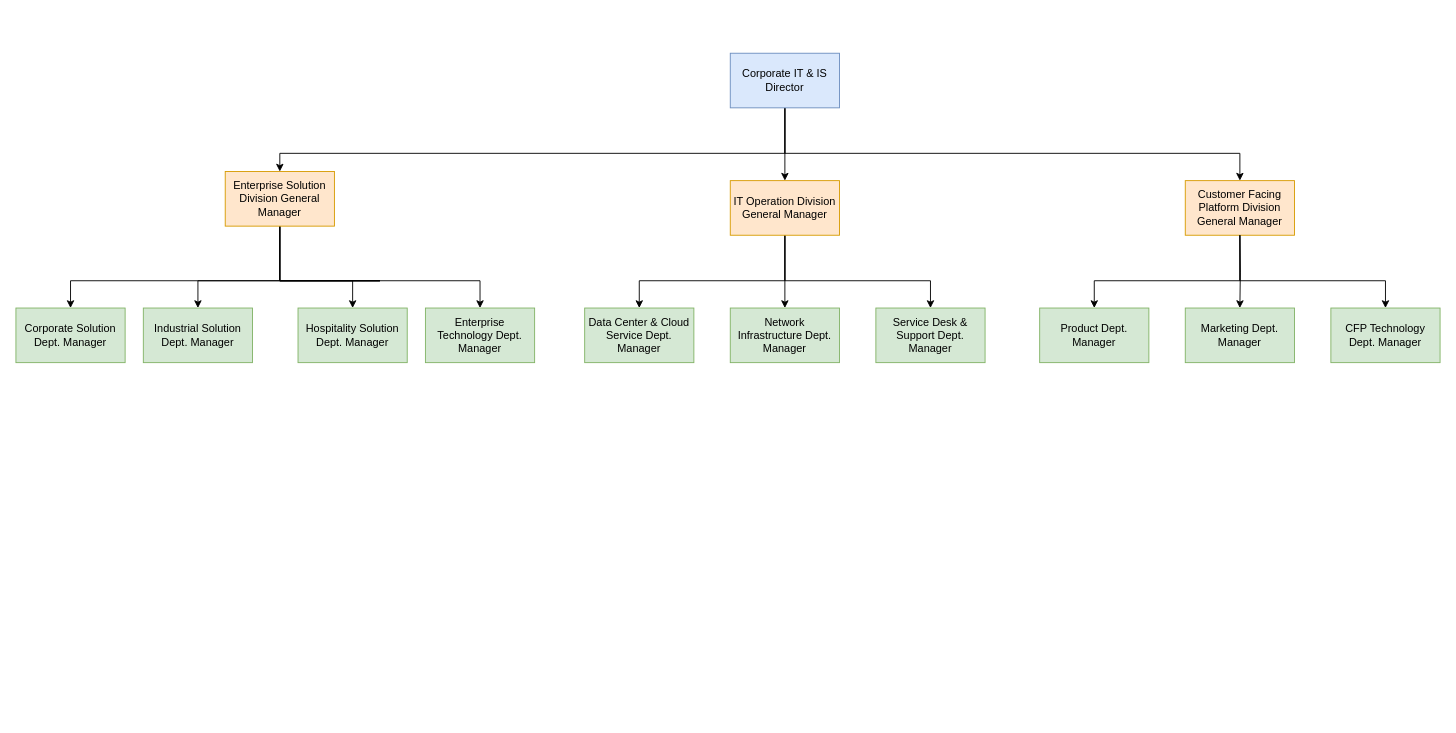
This is susunan organisasi CITIS.drawio from jezreelkosasih/diagram, a draw.io file, before an edit. Source tidied: cells renumbered, new cells numbered last; positions are measured from the earlier drawing's top-left corner, leaving out a move shared by most shapes. Both pictures are drawn from the tidied source at 91%, with x=0, y=0 at pixel (15, 53).
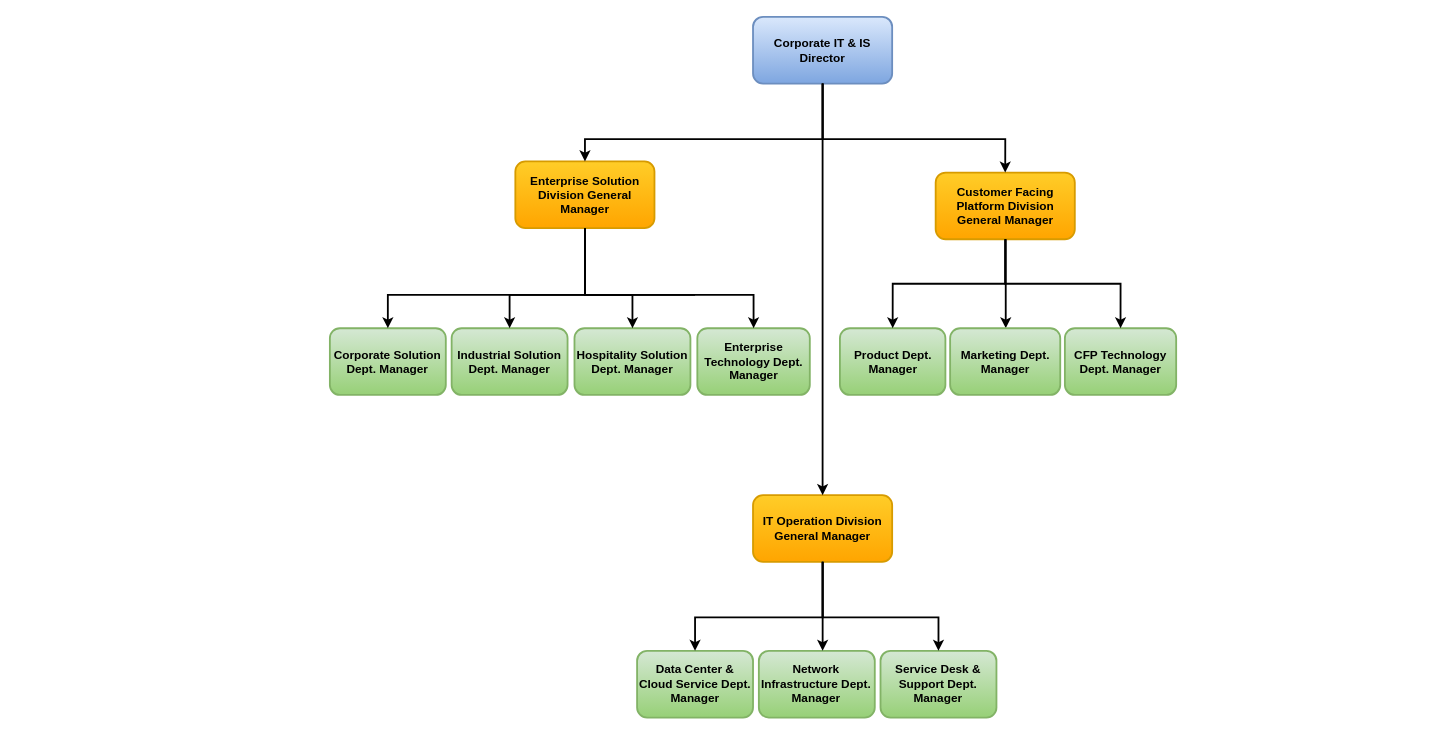
The same page after the edit.

Change to the diagram source:
```diff
@@
+    <mxCell id="29" style="group;" parent="1" vertex="1">
+      <mxGeometry x="345" y="-40" width="930" height="770" as="geometry" />
+    </mxCell>
+    <mxCell id="5" value="Corporate IT &amp;amp; IS Director" style="rounded=1;whiteSpace=wrap;html=1;fillColor=#dae8fc;strokeColor=#6c8ebf;shadow=0;strokeWidth=2;fontSize=13;labelBackgroundColor=none;fontStyle=1;gradientColor=#7ea6e0;" parent="29" vertex="1">
+      <mxGeometry x="465" width="152.9" height="73.3" as="geometry" />
+    </mxCell>
+    <mxCell id="9" value="IT Operation Division General Manager" style="rounded=1;whiteSpace=wrap;html=1;fillColor=#ffcd28;strokeColor=#d79b00;shadow=0;strokeWidth=2;fontSize=13;labelBackgroundColor=none;fontStyle=1;gradientColor=#ffa500;" parent="29" vertex="1">
+      <mxGeometry x="465" y="525.6" width="152.9" height="73.3" as="geometry" />
+    </mxCell>
-    <mxCell id="2" style="edgeStyle=orthogonalEdgeStyle;rounded=0;jettySize=auto;html=1;" parent="1" edge="1" source="5" target="9">
+    <mxCell id="2" style="edgeStyle=orthogonalEdgeStyle;rounded=0;jettySize=auto;html=1;shadow=0;strokeWidth=2;fontSize=13;labelBackgroundColor=none;fontStyle=1;" parent="29" edge="1" source="5" target="9">
       <mxGeometry relative="1" as="geometry" />
     </mxCell>
+    <mxCell id="14" value="Enterprise Solution Division General Manager" style="rounded=1;whiteSpace=wrap;html=1;fillColor=#ffcd28;strokeColor=#d79b00;shadow=0;strokeWidth=2;fontSize=13;labelBackgroundColor=none;fontStyle=1;gradientColor=#ffa500;" parent="29" vertex="1">
+      <mxGeometry x="203.8" y="158.9" width="152.9" height="73.3" as="geometry" />
+    </mxCell>
-    <mxCell id="3" style="edgeStyle=orthogonalEdgeStyle;rounded=0;jettySize=auto;html=1;" parent="1" edge="1" source="5" target="14">
+    <mxCell id="3" style="edgeStyle=orthogonalEdgeStyle;rounded=0;jettySize=auto;html=1;shadow=0;strokeWidth=2;fontSize=13;labelBackgroundColor=none;fontStyle=1;" parent="29" edge="1" source="5" target="14">
       <mxGeometry relative="1" as="geometry">
         <Array as="points">
-          <mxPoint x="845" y="110" />
-          <mxPoint x="290" y="110" />
+          <mxPoint x="541.4" y="134.4" />
+          <mxPoint x="280.3" y="134.4" />
         </Array>
       </mxGeometry>
     </mxCell>
+    <mxCell id="15" value="Customer Facing Platform Division General Manager" style="rounded=1;whiteSpace=wrap;html=1;fillColor=#ffcd28;strokeColor=#d79b00;shadow=0;strokeWidth=2;fontSize=13;labelBackgroundColor=none;fontStyle=1;gradientColor=#ffa500;" parent="29" vertex="1">
+      <mxGeometry x="665.7" y="171.1" width="152.9" height="73.3" as="geometry" />
+    </mxCell>
-    <mxCell id="4" style="edgeStyle=orthogonalEdgeStyle;rounded=0;jettySize=auto;html=1;entryX=0.5;entryY=0;entryDx=0;entryDy=0;" parent="1" edge="1" source="5" target="15">
+    <mxCell id="4" style="edgeStyle=orthogonalEdgeStyle;rounded=0;jettySize=auto;html=1;entryX=0.5;entryY=0;entryDx=0;entryDy=0;shadow=0;strokeWidth=2;fontSize=13;labelBackgroundColor=none;fontStyle=1;" parent="29" edge="1" source="5" target="15">
       <mxGeometry relative="1" as="geometry">
         <Array as="points">
-          <mxPoint x="845" y="110" />
-          <mxPoint x="1345" y="110" />
+          <mxPoint x="541.4" y="134.4" />
+          <mxPoint x="742.7" y="134.4" />
         </Array>
       </mxGeometry>
     </mxCell>
-    <mxCell id="5" value="Corporate IT &amp;amp; IS Director" style="rounded=0;whiteSpace=wrap;html=1;fillColor=#dae8fc;strokeColor=#6c8ebf;" parent="1" vertex="1">
-      <mxGeometry x="785" width="120" height="60" as="geometry" />
-    </mxCell>
-    <mxCell id="6" style="edgeStyle=orthogonalEdgeStyle;rounded=0;jettySize=auto;html=1;" parent="1" edge="1" source="9" target="20">
-      <mxGeometry relative="1" as="geometry" />
-    </mxCell>
-    <mxCell id="7" style="edgeStyle=orthogonalEdgeStyle;rounded=0;jettySize=auto;html=1;entryX=0.5;entryY=0;entryDx=0;entryDy=0;" parent="1" edge="1" source="9" target="21">
-      <mxGeometry relative="1" as="geometry">
-        <Array as="points">
-          <mxPoint x="845" y="250" />
-          <mxPoint x="1005" y="250" />
-        </Array>
-      </mxGeometry>
-    </mxCell>
-    <mxCell id="8" style="edgeStyle=orthogonalEdgeStyle;rounded=0;jettySize=auto;html=1;entryX=0.5;entryY=0;entryDx=0;entryDy=0;" parent="1" edge="1" source="9" target="22">
-      <mxGeometry relative="1" as="geometry">
-        <Array as="points">
-          <mxPoint x="845" y="250" />
-          <mxPoint x="685" y="250" />
-        </Array>
-      </mxGeometry>
-    </mxCell>
-    <mxCell id="9" value="IT Operation Division General Manager" style="rounded=0;whiteSpace=wrap;html=1;fillColor=#ffe6cc;strokeColor=#d79b00;" parent="1" vertex="1">
-      <mxGeometry x="785" y="140" width="120" height="60" as="geometry" />
-    </mxCell>
+    <mxCell id="16" value="Industrial Solution Dept. Manager" style="rounded=1;whiteSpace=wrap;html=1;fillColor=#d5e8d4;strokeColor=#82b366;shadow=0;strokeWidth=2;fontSize=13;labelBackgroundColor=none;fontStyle=1;gradientColor=#97d077;" parent="29" vertex="1">
+      <mxGeometry x="133.8" y="342.2" width="127.4" height="73.3" as="geometry" />
+    </mxCell>
-    <mxCell id="10" style="edgeStyle=orthogonalEdgeStyle;rounded=0;jettySize=auto;html=1;" parent="1" edge="1" source="14" target="16">
+    <mxCell id="10" style="edgeStyle=orthogonalEdgeStyle;rounded=0;jettySize=auto;html=1;strokeWidth=2;" parent="29" edge="1" source="14" target="16">
       <mxGeometry relative="1" as="geometry">
         <Array as="points">
-          <mxPoint x="400" y="250" />
-          <mxPoint x="300" y="250" />
+          <mxPoint x="280.3" y="305.6" />
+          <mxPoint x="197.5" y="305.6" />
         </Array>
       </mxGeometry>
     </mxCell>
+    <mxCell id="17" value="Corporate Solution Dept. Manager" style="rounded=1;whiteSpace=wrap;html=1;fillColor=#d5e8d4;strokeColor=#82b366;shadow=0;strokeWidth=2;fontSize=13;labelBackgroundColor=none;fontStyle=1;gradientColor=#97d077;" parent="29" vertex="1">
+      <mxGeometry y="342.2" width="127.4" height="73.3" as="geometry" />
+    </mxCell>
-    <mxCell id="11" style="edgeStyle=orthogonalEdgeStyle;rounded=0;jettySize=auto;html=1;entryX=0.5;entryY=0;entryDx=0;entryDy=0;" parent="1" edge="1" source="14" target="17">
+    <mxCell id="11" style="edgeStyle=orthogonalEdgeStyle;rounded=0;jettySize=auto;html=1;entryX=0.5;entryY=0;entryDx=0;entryDy=0;shadow=0;strokeWidth=2;fontSize=13;labelBackgroundColor=none;fontStyle=1;" parent="29" edge="1" source="14" target="17">
       <mxGeometry relative="1" as="geometry">
         <Array as="points">
-          <mxPoint x="400" y="250" />
-          <mxPoint x="160" y="250" />
+          <mxPoint x="401.3" y="305.6" />
+          <mxPoint x="95.5" y="305.6" />
         </Array>
       </mxGeometry>
     </mxCell>
+    <mxCell id="18" value="Enterprise Technology Dept. Manager" style="rounded=1;whiteSpace=wrap;html=1;fillColor=#d5e8d4;strokeColor=#82b366;shadow=0;strokeWidth=2;fontSize=13;labelBackgroundColor=none;fontStyle=1;gradientColor=#97d077;" parent="29" vertex="1">
+      <mxGeometry x="403.8" y="342.2" width="123.6" height="73.3" as="geometry" />
+    </mxCell>
-    <mxCell id="12" style="edgeStyle=orthogonalEdgeStyle;rounded=0;jettySize=auto;html=1;entryX=0.5;entryY=0;entryDx=0;entryDy=0;" parent="1" edge="1" source="14" target="18">
+    <mxCell id="12" style="edgeStyle=orthogonalEdgeStyle;rounded=0;jettySize=auto;html=1;entryX=0.5;entryY=0;entryDx=0;entryDy=0;strokeWidth=2;" parent="29" edge="1" source="14" target="18">
       <mxGeometry relative="1" as="geometry">
         <Array as="points">
-          <mxPoint x="290" y="250" />
-          <mxPoint x="510" y="250" />
+          <mxPoint x="280.3" y="305.6" />
+          <mxPoint x="466.3" y="305.6" />
         </Array>
       </mxGeometry>
     </mxCell>
-    <mxCell id="13" style="edgeStyle=orthogonalEdgeStyle;rounded=0;jettySize=auto;html=1;entryX=0.5;entryY=0;entryDx=0;entryDy=0;" parent="1" edge="1" source="14" target="19">
-      <mxGeometry relative="1" as="geometry">
-        <Array as="points">
-          <mxPoint x="290" y="250" />
-          <mxPoint x="370" y="250" />
-        </Array>
-      </mxGeometry>
-    </mxCell>
-    <mxCell id="14" value="Enterprise Solution Division General Manager" style="rounded=0;whiteSpace=wrap;html=1;fillColor=#ffe6cc;strokeColor=#d79b00;" parent="1" vertex="1">
-      <mxGeometry x="230" y="130" width="120" height="60" as="geometry" />
-    </mxCell>
-    <mxCell id="15" value="Customer Facing Platform Division General Manager" style="rounded=0;whiteSpace=wrap;html=1;fillColor=#ffe6cc;strokeColor=#d79b00;" parent="1" vertex="1">
-      <mxGeometry x="1285" y="140" width="120" height="60" as="geometry" />
-    </mxCell>
-    <mxCell id="16" value="Industrial Solution Dept. Manager" style="rounded=0;whiteSpace=wrap;html=1;fillColor=#d5e8d4;strokeColor=#82b366;" parent="1" vertex="1">
-      <mxGeometry x="140" y="280" width="120" height="60" as="geometry" />
-    </mxCell>
-    <mxCell id="17" value="Corporate Solution Dept. Manager" style="rounded=0;whiteSpace=wrap;html=1;fillColor=#d5e8d4;strokeColor=#82b366;" parent="1" vertex="1">
-      <mxGeometry y="280" width="120" height="60" as="geometry" />
-    </mxCell>
-    <mxCell id="18" value="Enterprise Technology Dept. Manager" style="rounded=0;whiteSpace=wrap;html=1;fillColor=#d5e8d4;strokeColor=#82b366;" parent="1" vertex="1">
-      <mxGeometry x="450" y="280" width="120" height="60" as="geometry" />
-    </mxCell>
-    <mxCell id="19" value="Hospitality Solution Dept. Manager" style="rounded=0;whiteSpace=wrap;html=1;fillColor=#d5e8d4;strokeColor=#82b366;" parent="1" vertex="1">
-      <mxGeometry x="310" y="280" width="120" height="60" as="geometry" />
+    <mxCell id="19" value="Hospitality Solution Dept. Manager" style="rounded=1;whiteSpace=wrap;html=1;fillColor=#d5e8d4;strokeColor=#82b366;shadow=0;strokeWidth=2;fontSize=13;labelBackgroundColor=none;fontStyle=1;gradientColor=#97d077;" parent="29" vertex="1">
+      <mxGeometry x="268.8" y="342.2" width="127.4" height="73.3" as="geometry" />
     </mxCell>
-    <mxCell id="20" value="Network Infrastructure Dept. Manager" style="rounded=0;whiteSpace=wrap;html=1;fillColor=#d5e8d4;strokeColor=#82b366;" parent="1" vertex="1">
-      <mxGeometry x="785" y="280" width="120" height="60" as="geometry" />
+    <mxCell id="20" value="Network Infrastructure Dept. Manager" style="rounded=1;whiteSpace=wrap;html=1;fillColor=#d5e8d4;strokeColor=#82b366;shadow=0;strokeWidth=2;fontSize=13;labelBackgroundColor=none;fontStyle=1;gradientColor=#97d077;" parent="29" vertex="1">
+      <mxGeometry x="471.4" y="696.7" width="127.4" height="73.3" as="geometry" />
     </mxCell>
+    <mxCell id="6" style="edgeStyle=orthogonalEdgeStyle;rounded=0;jettySize=auto;html=1;shadow=0;strokeWidth=2;fontSize=13;labelBackgroundColor=none;fontStyle=1;" parent="29" edge="1" source="9" target="20">
+      <mxGeometry relative="1" as="geometry">
+        <Array as="points">
+          <mxPoint x="541.4" y="672.2" />
+          <mxPoint x="541.4" y="672.2" />
+        </Array>
+      </mxGeometry>
+    </mxCell>
-    <mxCell id="21" value="Service Desk &amp;amp; Support Dept. Manager" style="rounded=0;whiteSpace=wrap;html=1;fillColor=#d5e8d4;strokeColor=#82b366;" parent="1" vertex="1">
-      <mxGeometry x="945" y="280" width="120" height="60" as="geometry" />
+    <mxCell id="21" value="Service Desk &amp;amp; Support Dept. Manager" style="rounded=1;whiteSpace=wrap;html=1;fillColor=#d5e8d4;strokeColor=#82b366;shadow=0;strokeWidth=2;fontSize=13;labelBackgroundColor=none;fontStyle=1;gradientColor=#97d077;" parent="29" vertex="1">
+      <mxGeometry x="605.1" y="696.7" width="127.4" height="73.3" as="geometry" />
     </mxCell>
+    <mxCell id="7" style="edgeStyle=orthogonalEdgeStyle;rounded=0;jettySize=auto;html=1;entryX=0.5;entryY=0;entryDx=0;entryDy=0;shadow=0;strokeWidth=2;fontSize=13;labelBackgroundColor=none;fontStyle=1;" parent="29" edge="1" source="9" target="21">
+      <mxGeometry relative="1" as="geometry">
+        <Array as="points">
+          <mxPoint x="541.4" y="660" />
+          <mxPoint x="668.8" y="660" />
+        </Array>
+      </mxGeometry>
+    </mxCell>
-    <mxCell id="22" value="Data Center &amp;amp; Cloud Service Dept. Manager" style="rounded=0;whiteSpace=wrap;html=1;fillColor=#d5e8d4;strokeColor=#82b366;" parent="1" vertex="1">
-      <mxGeometry x="625" y="280" width="120" height="60" as="geometry" />
+    <mxCell id="22" value="Data Center &amp;amp; Cloud Service Dept. Manager" style="rounded=1;whiteSpace=wrap;html=1;fillColor=#d5e8d4;strokeColor=#82b366;shadow=0;strokeWidth=2;fontSize=13;labelBackgroundColor=none;fontStyle=1;gradientColor=#97d077;" parent="29" vertex="1">
+      <mxGeometry x="337.6" y="696.7" width="127.4" height="73.3" as="geometry" />
     </mxCell>
+    <mxCell id="8" style="edgeStyle=orthogonalEdgeStyle;rounded=0;jettySize=auto;html=1;entryX=0.5;entryY=0;entryDx=0;entryDy=0;shadow=0;strokeWidth=2;fontSize=13;labelBackgroundColor=none;fontStyle=1;" parent="29" edge="1" source="9" target="22">
+      <mxGeometry relative="1" as="geometry">
+        <Array as="points">
+          <mxPoint x="541.4" y="660" />
+          <mxPoint x="401.3" y="660" />
+        </Array>
+      </mxGeometry>
+    </mxCell>
-    <mxCell id="23" style="edgeStyle=orthogonalEdgeStyle;rounded=0;jettySize=auto;html=1;" parent="1" edge="1" target="26">
+    <mxCell id="23" style="edgeStyle=orthogonalEdgeStyle;rounded=0;jettySize=auto;html=1;shadow=0;strokeWidth=2;fontSize=13;labelBackgroundColor=none;fontStyle=1;" parent="29" edge="1" target="26">
       <mxGeometry relative="1" as="geometry">
-        <mxPoint x="1345" y="200" as="sourcePoint" />
+        <mxPoint x="742.7" y="244.4" as="sourcePoint" />
+        <Array as="points">
+          <mxPoint x="742.7" y="244.4" />
+        </Array>
       </mxGeometry>
     </mxCell>
-    <mxCell id="24" style="edgeStyle=orthogonalEdgeStyle;rounded=0;jettySize=auto;html=1;entryX=0.5;entryY=0;entryDx=0;entryDy=0;" parent="1" edge="1" target="27">
-      <mxGeometry relative="1" as="geometry">
-        <mxPoint x="1345" y="200" as="sourcePoint" />
-        <Array as="points">
-          <mxPoint x="1345" y="250" />
-          <mxPoint x="1505" y="250" />
-        </Array>
-      </mxGeometry>
-    </mxCell>
-    <mxCell id="25" style="edgeStyle=orthogonalEdgeStyle;rounded=0;jettySize=auto;html=1;entryX=0.5;entryY=0;entryDx=0;entryDy=0;" parent="1" edge="1" target="28">
-      <mxGeometry relative="1" as="geometry">
-        <mxPoint x="1345" y="200" as="sourcePoint" />
-        <Array as="points">
-          <mxPoint x="1345" y="250" />
-          <mxPoint x="1185" y="250" />
-        </Array>
-      </mxGeometry>
-    </mxCell>
-    <mxCell id="26" value="Marketing Dept. Manager" style="rounded=0;whiteSpace=wrap;html=1;fillColor=#d5e8d4;strokeColor=#82b366;" parent="1" vertex="1">
-      <mxGeometry x="1285" y="280" width="120" height="60" as="geometry" />
+    <mxCell id="26" value="Marketing Dept. Manager" style="rounded=1;whiteSpace=wrap;html=1;fillColor=#d5e8d4;strokeColor=#82b366;shadow=0;strokeWidth=2;fontSize=13;labelBackgroundColor=none;fontStyle=1;gradientColor=#97d077;" parent="29" vertex="1">
+      <mxGeometry x="681.6" y="342.2" width="121" height="73.3" as="geometry" />
     </mxCell>
-    <mxCell id="27" value="CFP Technology Dept. Manager" style="rounded=0;whiteSpace=wrap;html=1;fillColor=#d5e8d4;strokeColor=#82b366;" parent="1" vertex="1">
-      <mxGeometry x="1445" y="280" width="120" height="60" as="geometry" />
+    <mxCell id="27" value="CFP Technology Dept. Manager" style="rounded=1;whiteSpace=wrap;html=1;fillColor=#d5e8d4;strokeColor=#82b366;shadow=0;strokeWidth=2;fontSize=13;labelBackgroundColor=none;fontStyle=1;gradientColor=#97d077;" parent="29" vertex="1">
+      <mxGeometry x="807.7" y="342.2" width="122.3" height="73.3" as="geometry" />
     </mxCell>
-    <mxCell id="28" value="Product Dept. Manager" style="rounded=0;whiteSpace=wrap;html=1;fillColor=#d5e8d4;strokeColor=#82b366;" parent="1" vertex="1">
-      <mxGeometry x="1125" y="280" width="120" height="60" as="geometry" />
+    <mxCell id="28" value="Product Dept. Manager" style="rounded=1;whiteSpace=wrap;html=1;fillColor=#d5e8d4;strokeColor=#82b366;shadow=0;strokeWidth=2;fontSize=13;labelBackgroundColor=none;fontStyle=1;gradientColor=#97d077;" parent="29" vertex="1">
+      <mxGeometry x="560.5" y="342.2" width="115.9" height="73.3" as="geometry" />
     </mxCell>
+    <mxCell id="13" style="edgeStyle=orthogonalEdgeStyle;rounded=0;jettySize=auto;html=1;entryX=0.5;entryY=0;entryDx=0;entryDy=0;strokeWidth=2;" parent="29" edge="1" source="14" target="19">
+      <mxGeometry relative="1" as="geometry">
+        <Array as="points">
+          <mxPoint x="280.3" y="305.6" />
+          <mxPoint x="332.5" y="305.6" />
+        </Array>
+      </mxGeometry>
+    </mxCell>
+    <mxCell id="30" style="edgeStyle=orthogonalEdgeStyle;rounded=0;jettySize=auto;html=1;entryX=0.5;entryY=0;entryDx=0;entryDy=0;strokeWidth=2;" parent="29" edge="1" source="15" target="27">
+      <mxGeometry relative="1" as="geometry" />
+    </mxCell>
+    <mxCell id="31" style="edgeStyle=orthogonalEdgeStyle;rounded=0;jettySize=auto;html=1;entryX=0.5;entryY=0;entryDx=0;entryDy=0;strokeWidth=2;" parent="29" edge="1" source="15" target="28">
+      <mxGeometry relative="1" as="geometry" />
+    </mxCell>
```
